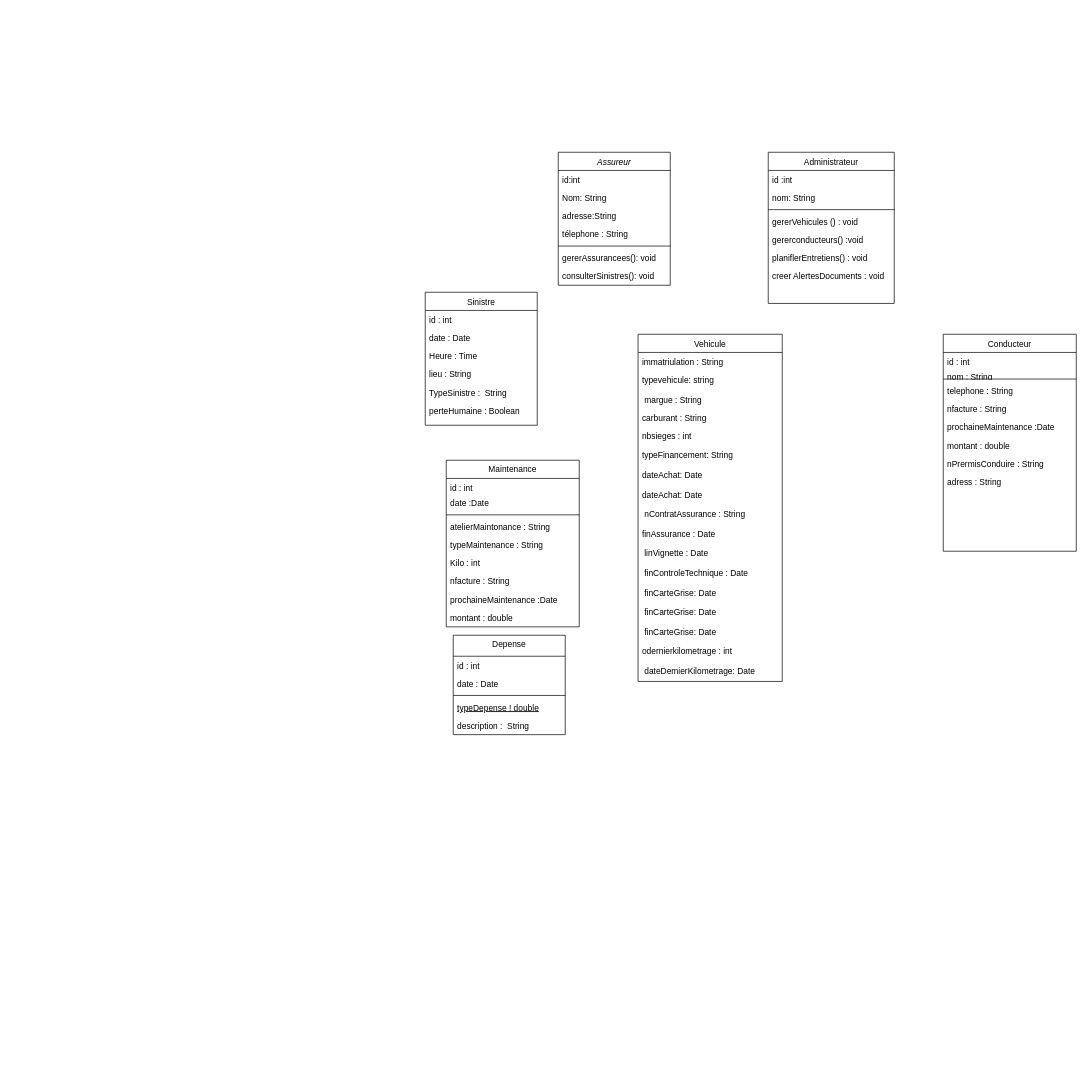
Earlier version of the draw.io diagram Diagramme de classe.drawio (Othniel-blaise/Diagrammes_Annoce). Source tidied: cells renumbered, new cells numbered last; positions are measured from the earlier drawing's top-left corner, leaving out a move shared by most shapes. Both pictures are drawn from the tidied source at 70%, with x=0, y=0 at pixel (425, 152).
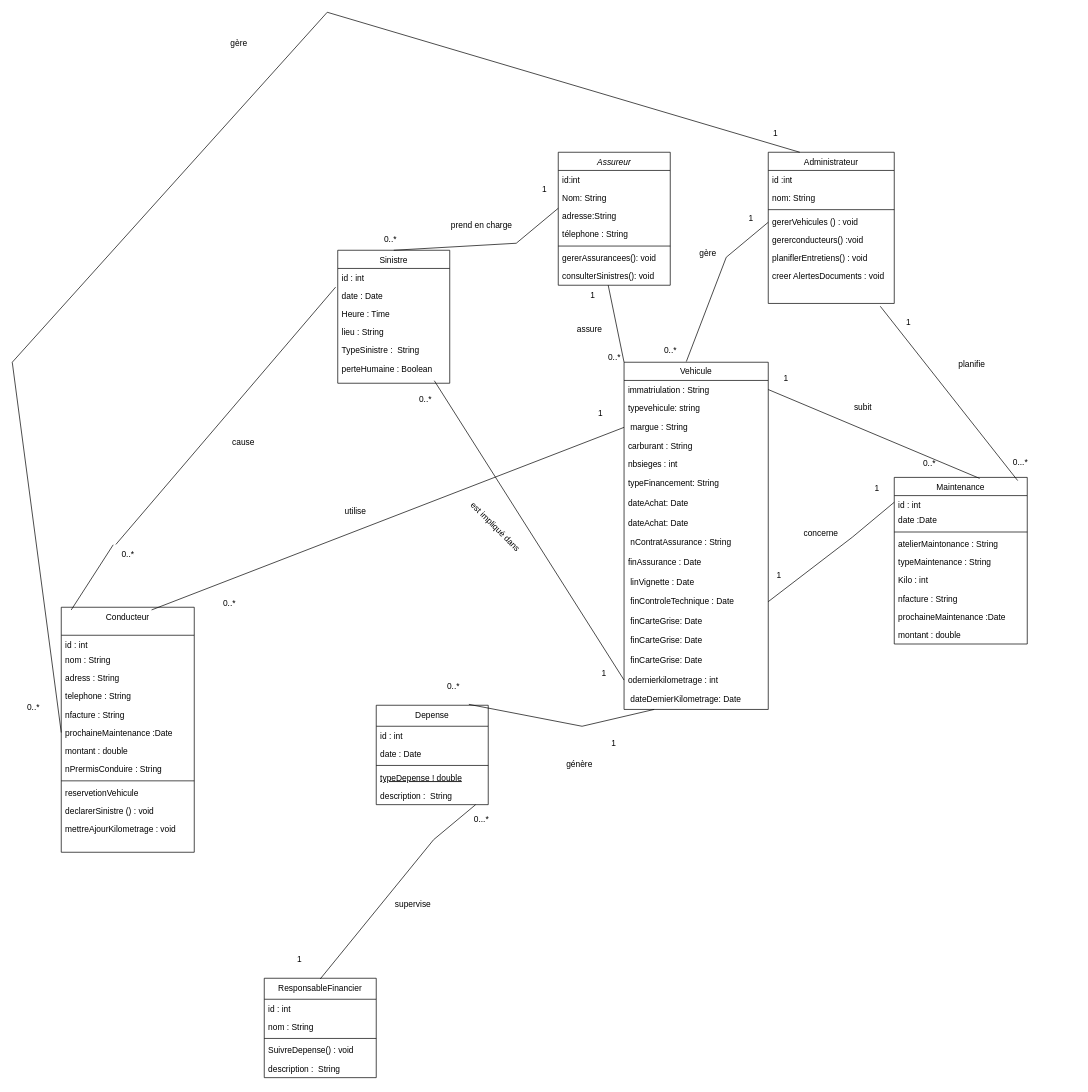
After the change.

Commit message (it also covers changes not shown here):
Mettre à jour Diagramme de classe.drawio

The change refers to these unchanged cells:
```xml
<mxCell id="9" value="consulterSinistres(): void" style="text;align=left;verticalAlign=top;spacingLeft=4;spacingRight=4;overflow=hidden;points=[[0,0.5],[1,0.5]];portConstraint=eastwest;" parent="2" vertex="1">
  <mxGeometry y="164" width="160" height="26" as="geometry" />
</mxCell>
<mxCell id="12" value="date : Date" style="text;align=left;verticalAlign=top;spacingLeft=4;spacingRight=4;overflow=hidden;points=[[0,0.5],[1,0.5]];portConstraint=eastwest;rounded=0;shadow=0;html=0;" parent="10" vertex="1">
  <mxGeometry y="52" width="160" height="26" as="geometry" />
</mxCell>
<mxCell id="16" value="perteHumaine : Boolean" style="text;align=left;verticalAlign=top;spacingLeft=4;spacingRight=4;overflow=hidden;points=[[0,0.5],[1,0.5]];portConstraint=eastwest;" parent="10" vertex="1">
  <mxGeometry y="156" width="160" height="26" as="geometry" />
</mxCell>
<mxCell id="17" value="Administrateur" style="swimlane;fontStyle=0;align=center;verticalAlign=top;horizontal=1;startSize=26;rounded=0;shadow=0;strokeWidth=1;" parent="1" vertex="1">
  <mxGeometry x="490" width="180" height="216" as="geometry" />
</mxCell>
<mxCell id="26" value="immatriulation : String" style="text;align=left;verticalAlign=top;spacingLeft=4;spacingRight=4;overflow=hidden;points=[[0,0.5],[1,0.5]];portConstraint=eastwest;" parent="25" vertex="1">
  <mxGeometry y="26" width="206" height="26" as="geometry" />
</mxCell>
<mxCell id="28" value=" margue : String&#10;" style="text;align=left;verticalAlign=top;spacingLeft=4;spacingRight=4;overflow=hidden;points=[[0,0.5],[1,0.5]];portConstraint=eastwest;" parent="25" vertex="1">
  <mxGeometry y="80" width="206" height="26" as="geometry" />
</mxCell>
<mxCell id="37" value=" finControleTechnique : Date&#10;" style="text;align=left;verticalAlign=top;spacingLeft=4;spacingRight=4;overflow=hidden;points=[[0,0.5],[1,0.5]];portConstraint=eastwest;" parent="25" vertex="1">
  <mxGeometry y="328" width="206" height="28" as="geometry" />
</mxCell>
<mxCell id="41" value="odernierkilometrage : int&#10;" style="text;align=left;verticalAlign=top;spacingLeft=4;spacingRight=4;overflow=hidden;points=[[0,0.5],[1,0.5]];portConstraint=eastwest;" parent="25" vertex="1">
  <mxGeometry y="440" width="206" height="28" as="geometry" />
</mxCell>
<mxCell id="42" value=" dateDemierKilometrage: Date&#10;" style="text;align=left;verticalAlign=top;spacingLeft=4;spacingRight=4;overflow=hidden;points=[[0,0.5],[1,0.5]];portConstraint=eastwest;" parent="25" vertex="1">
  <mxGeometry y="468" width="206" height="28" as="geometry" />
</mxCell>
```

The edit, as a diff of the source:
```diff
@@
     <mxCell id="10" value="Sinistre" style="swimlane;fontStyle=0;align=center;verticalAlign=top;horizontal=1;startSize=26;rounded=0;shadow=0;strokeWidth=1;" parent="1" vertex="1">
-      <mxGeometry y="200" width="160" height="190" as="geometry" />
+      <mxGeometry x="-125" y="140" width="160" height="190" as="geometry" />
     </mxCell>
@@
     <mxCell id="25" value="Vehicule" style="swimlane;fontStyle=0;align=center;verticalAlign=top;horizontal=1;startSize=26;rounded=0;shadow=0;strokeWidth=1;" parent="1" vertex="1">
-      <mxGeometry x="304" y="260" width="206" height="496" as="geometry" />
+      <mxGeometry x="284" y="300" width="206" height="496" as="geometry" />
     </mxCell>
@@
     <mxCell id="43" value="Maintenance" style="swimlane;fontStyle=0;align=center;verticalAlign=top;horizontal=1;startSize=26;rounded=0;shadow=0;strokeWidth=1;" parent="1" vertex="1">
-      <mxGeometry x="30" y="440" width="190" height="238" as="geometry" />
+      <mxGeometry x="670" y="464.5" width="190" height="238" as="geometry" />
     </mxCell>
@@
     <mxCell id="53" value="Depense" style="swimlane;fontStyle=0;align=center;verticalAlign=top;horizontal=1;startSize=30;rounded=0;shadow=0;strokeWidth=1;" parent="1" vertex="1">
-      <mxGeometry x="40" y="690" width="160" height="142" as="geometry" />
+      <mxGeometry x="-70" y="790" width="160" height="142" as="geometry" />
     </mxCell>
@@
-    <mxCell id="59" value="Conducteur" style="swimlane;fontStyle=0;align=center;verticalAlign=top;horizontal=1;startSize=26;rounded=0;shadow=0;strokeWidth=1;" parent="1" vertex="1">
-      <mxGeometry x="740" y="260" width="190" height="310" as="geometry" />
+    <mxCell id="59" value="Conducteur" style="swimlane;fontStyle=0;align=center;verticalAlign=top;horizontal=1;startSize=40;rounded=0;shadow=0;strokeWidth=1;" parent="1" vertex="1">
+      <mxGeometry x="-520" y="650" width="190" height="350" as="geometry" />
     </mxCell>
     <mxCell id="60" value="id : int" style="text;align=left;verticalAlign=top;spacingLeft=4;spacingRight=4;overflow=hidden;" parent="59" vertex="1">
-      <mxGeometry y="26" width="190" height="22" as="geometry" />
+      <mxGeometry y="40" width="190" height="22" as="geometry" />
     </mxCell>
     <mxCell id="61" value="nom : String" style="text;align=left;verticalAlign=top;spacingLeft=4;spacingRight=4;overflow=hidden;rounded=0;shadow=0;html=0;" parent="59" vertex="1">
-      <mxGeometry y="48" width="190" height="12" as="geometry" />
+      <mxGeometry y="62" width="190" height="26" as="geometry" />
     </mxCell>
-    <mxCell id="62" style="line;html=1;strokeWidth=1;align=left;verticalAlign=middle;spacingTop=-1;spacingLeft=3;spacingRight=3;labelPosition=right;" parent="59" vertex="1">
-      <mxGeometry y="60" width="190" height="8" as="geometry" />
-    </mxCell>
+    <mxCell id="68" value="adress : String" style="text;align=left;verticalAlign=top;spacingLeft=4;spacingRight=4;overflow=hidden;fontStyle=0;" parent="59" vertex="1">
+      <mxGeometry y="88" width="190" height="26" as="geometry" />
+    </mxCell>
     <mxCell id="63" value="telephone : String" style="text;align=left;verticalAlign=top;spacingLeft=4;spacingRight=4;overflow=hidden;" parent="59" vertex="1">
-      <mxGeometry y="68" width="190" height="26" as="geometry" />
+      <mxGeometry y="114" width="190" height="26" as="geometry" />
     </mxCell>
     <mxCell id="64" value="nfacture : String" style="text;align=left;verticalAlign=top;spacingLeft=4;spacingRight=4;overflow=hidden;" parent="59" vertex="1">
-      <mxGeometry y="94" width="190" height="26" as="geometry" />
+      <mxGeometry y="140" width="190" height="26" as="geometry" />
     </mxCell>
     <mxCell id="65" value="prochaineMaintenance :Date" style="text;align=left;verticalAlign=top;spacingLeft=4;spacingRight=4;overflow=hidden;points=[[0,0.5],[1,0.5]];portConstraint=eastwest;" parent="59" vertex="1">
-      <mxGeometry y="120" width="190" height="26" as="geometry" />
+      <mxGeometry y="166" width="190" height="26" as="geometry" />
     </mxCell>
     <mxCell id="66" value="montant : double" style="text;align=left;verticalAlign=top;spacingLeft=4;spacingRight=4;overflow=hidden;" parent="59" vertex="1">
-      <mxGeometry y="146" width="190" height="26" as="geometry" />
+      <mxGeometry y="192" width="190" height="26" as="geometry" />
     </mxCell>
     <mxCell id="67" value="nPrermisConduire : String" style="text;align=left;verticalAlign=top;spacingLeft=4;spacingRight=4;overflow=hidden;fontStyle=0;" parent="59" vertex="1">
-      <mxGeometry y="172" width="190" height="26" as="geometry" />
+      <mxGeometry y="218" width="190" height="26" as="geometry" />
     </mxCell>
-    <mxCell id="68" value="adress : String" style="text;align=left;verticalAlign=top;spacingLeft=4;spacingRight=4;overflow=hidden;fontStyle=0;" parent="59" vertex="1">
-      <mxGeometry y="198" width="190" height="26" as="geometry" />
-    </mxCell>
+    <mxCell id="69" style="line;html=1;strokeWidth=1;align=left;verticalAlign=middle;spacingTop=-1;spacingLeft=3;spacingRight=3;labelPosition=right;" parent="59" vertex="1">
+      <mxGeometry y="244" width="190" height="8" as="geometry" />
+    </mxCell>
+    <mxCell id="70" value="reservetionVehicule" style="text;align=left;verticalAlign=top;spacingLeft=4;spacingRight=4;overflow=hidden;fontStyle=0;" parent="59" vertex="1">
+      <mxGeometry y="252" width="190" height="26" as="geometry" />
+    </mxCell>
+    <mxCell id="71" value="declarerSinistre () : void " style="text;align=left;verticalAlign=top;spacingLeft=4;spacingRight=4;overflow=hidden;fontStyle=0;" parent="59" vertex="1">
+      <mxGeometry y="278" width="190" height="26" as="geometry" />
+    </mxCell>
+    <mxCell id="72" value="mettreAjourKilometrage : void" style="text;align=left;verticalAlign=top;spacingLeft=4;spacingRight=4;overflow=hidden;fontStyle=0;" parent="59" vertex="1">
+      <mxGeometry y="304" width="190" height="26" as="geometry" />
+    </mxCell>
+    <mxCell id="73" value="ResponsableFinancier" style="swimlane;fontStyle=0;align=center;verticalAlign=top;horizontal=1;startSize=30;rounded=0;shadow=0;strokeWidth=1;" parent="1" vertex="1">
+      <mxGeometry x="-230" y="1180" width="160" height="142" as="geometry" />
+    </mxCell>
+    <mxCell id="74" value="id : int " style="text;align=left;verticalAlign=top;spacingLeft=4;spacingRight=4;overflow=hidden;" parent="73" vertex="1">
+      <mxGeometry y="30" width="160" height="26" as="geometry" />
+    </mxCell>
+    <mxCell id="75" value="nom : String" style="text;align=left;verticalAlign=top;spacingLeft=4;spacingRight=4;overflow=hidden;rounded=0;shadow=0;html=0;" parent="73" vertex="1">
+      <mxGeometry y="56" width="160" height="26" as="geometry" />
+    </mxCell>
+    <mxCell id="76" style="line;html=1;strokeWidth=1;align=left;verticalAlign=middle;spacingTop=-1;spacingLeft=3;spacingRight=3;labelPosition=right;" parent="73" vertex="1">
+      <mxGeometry y="82" width="160" height="8" as="geometry" />
+    </mxCell>
+    <mxCell id="77" value="SuivreDepense() : void" style="text;align=left;verticalAlign=top;spacingLeft=4;spacingRight=4;overflow=hidden;fontStyle=0;" parent="73" vertex="1">
+      <mxGeometry y="90" width="160" height="26" as="geometry" />
+    </mxCell>
+    <mxCell id="78" value="description :  String" style="text;align=left;verticalAlign=top;spacingLeft=4;spacingRight=4;overflow=hidden;" parent="73" vertex="1">
+      <mxGeometry y="116" width="160" height="26" as="geometry" />
+    </mxCell>
+    <mxCell id="79" style="endArrow=none;html=1;rounded=0;exitX=0.5;exitY=0;exitDx=0;exitDy=0;" parent="1" edge="1" source="10">
+      <mxGeometry relative="1" as="geometry">
+        <mxPoint x="190" y="80" as="targetPoint" />
+        <Array as="points">
+          <mxPoint x="130" y="130" />
+        </Array>
+      </mxGeometry>
+    </mxCell>
+    <mxCell id="80" style="endArrow=none;html=1;rounded=0;exitX=0.827;exitY=-0.009;exitDx=0;exitDy=0;exitPerimeter=0;" parent="1" edge="1" source="53" target="42">
+      <mxGeometry relative="1" as="geometry">
+        <Array as="points">
+          <mxPoint x="224" y="820" />
+        </Array>
+      </mxGeometry>
+    </mxCell>
+    <mxCell id="81" style="endArrow=none;html=1;rounded=0;exitX=1;exitY=0.5;exitDx=0;exitDy=0;" parent="1" edge="1" source="37">
+      <mxGeometry relative="1" as="geometry">
+        <mxPoint x="670" y="500" as="targetPoint" />
+        <Array as="points">
+          <mxPoint x="610" y="550" />
+        </Array>
+      </mxGeometry>
+    </mxCell>
+    <mxCell id="82" style="endArrow=none;html=1;rounded=0;exitX=0.642;exitY=0.006;exitDx=0;exitDy=0;exitPerimeter=0;entryX=1;entryY=0.5;entryDx=0;entryDy=0;" parent="1" edge="1" source="43" target="26">
+      <mxGeometry relative="1" as="geometry" />
+    </mxCell>
+    <mxCell id="83" style="endArrow=none;html=1;rounded=0;exitX=0.432;exitY=-0.002;exitDx=0;exitDy=0;exitPerimeter=0;" parent="1" edge="1" source="25">
+      <mxGeometry relative="1" as="geometry">
+        <mxPoint x="490" y="100" as="targetPoint" />
+        <Array as="points">
+          <mxPoint x="430" y="150" />
+        </Array>
+      </mxGeometry>
+    </mxCell>
+    <mxCell id="84" value="1" style="text;html=1;align=center;verticalAlign=middle;strokeColor=none;fillColor=none;" parent="1" vertex="1">
+      <mxGeometry x="500" y="308" width="30" height="30" as="geometry" />
+    </mxCell>
+    <mxCell id="85" value="0..*" style="text;html=1;align=center;verticalAlign=middle;strokeColor=none;fillColor=none;" parent="1" vertex="1">
+      <mxGeometry x="700" y="430" width="40" height="30" as="geometry" />
+    </mxCell>
+    <mxCell id="86" value="subit" style="text;html=1;align=center;verticalAlign=middle;strokeColor=none;fillColor=none;" parent="1" vertex="1">
+      <mxGeometry x="600" y="350" width="50" height="30" as="geometry" />
+    </mxCell>
+    <mxCell id="87" value="1" style="text;html=1;align=center;verticalAlign=middle;strokeColor=none;fillColor=none;" parent="1" vertex="1">
+      <mxGeometry x="490" y="590" width="30" height="30" as="geometry" />
+    </mxCell>
+    <mxCell id="88" value="1" style="text;html=1;align=center;verticalAlign=middle;strokeColor=none;fillColor=none;" parent="1" vertex="1">
+      <mxGeometry x="630" y="465" width="30" height="30" as="geometry" />
+    </mxCell>
+    <mxCell id="89" value="concerne" style="text;html=1;align=center;verticalAlign=middle;strokeColor=none;fillColor=none;" parent="1" vertex="1">
+      <mxGeometry x="530" y="530" width="70" height="30" as="geometry" />
+    </mxCell>
+    <mxCell id="90" value="0..*" style="text;html=1;align=center;verticalAlign=middle;strokeColor=none;fillColor=none;" parent="1" vertex="1">
+      <mxGeometry x="20" y="748" width="40" height="30" as="geometry" />
+    </mxCell>
+    <mxCell id="91" value="1" style="text;html=1;align=center;verticalAlign=middle;strokeColor=none;fillColor=none;" parent="1" vertex="1">
+      <mxGeometry x="254" y="830" width="30" height="30" as="geometry" />
+    </mxCell>
+    <mxCell id="92" value="génère" style="text;html=1;align=center;verticalAlign=middle;strokeColor=none;fillColor=none;" parent="1" vertex="1">
+      <mxGeometry x="190" y="860" width="60" height="30" as="geometry" />
+    </mxCell>
+    <mxCell id="93" style="endArrow=none;html=1;rounded=0;exitX=0.827;exitY=-0.009;exitDx=0;exitDy=0;exitPerimeter=0;" parent="1" edge="1">
+      <mxGeometry relative="1" as="geometry">
+        <mxPoint x="-150" y="1181" as="sourcePoint" />
+        <mxPoint x="72" y="932" as="targetPoint" />
+        <Array as="points">
+          <mxPoint x="12" y="982" />
+        </Array>
+      </mxGeometry>
+    </mxCell>
+    <mxCell id="94" style="endArrow=none;html=1;rounded=0;exitX=0.679;exitY=0.011;exitDx=0;exitDy=0;exitPerimeter=0;entryX=0;entryY=0.5;entryDx=0;entryDy=0;" parent="1" edge="1" source="59" target="28">
+      <mxGeometry relative="1" as="geometry" />
+    </mxCell>
+    <mxCell id="95" value="0..*" style="text;html=1;align=center;verticalAlign=middle;strokeColor=none;fillColor=none;" parent="1" vertex="1">
+      <mxGeometry x="-300" y="630" width="40" height="30" as="geometry" />
+    </mxCell>
+    <mxCell id="96" value="1" style="text;html=1;align=center;verticalAlign=middle;strokeColor=none;fillColor=none;" parent="1" vertex="1">
+      <mxGeometry x="235" y="358" width="30" height="30" as="geometry" />
+    </mxCell>
+    <mxCell id="97" value="utilise" style="text;html=1;align=center;verticalAlign=middle;strokeColor=none;fillColor=none;" parent="1" vertex="1">
+      <mxGeometry x="-125" y="498" width="50" height="30" as="geometry" />
+    </mxCell>
+    <mxCell id="98" style="endArrow=none;html=1;rounded=0;entryX=-0.019;entryY=0.026;entryDx=0;entryDy=0;entryPerimeter=0;exitX=0.075;exitY=0.011;exitDx=0;exitDy=0;exitPerimeter=0;" parent="1" edge="1" source="103" target="12">
+      <mxGeometry relative="1" as="geometry" />
+    </mxCell>
+    <mxCell id="99" value="cause" style="text;html=1;align=center;verticalAlign=middle;strokeColor=none;fillColor=none;" parent="1" vertex="1">
+      <mxGeometry x="-290" y="400" width="60" height="30" as="geometry" />
+    </mxCell>
+    <mxCell id="100" value="1" style="text;html=1;align=center;verticalAlign=middle;strokeColor=none;fillColor=none;" parent="1" vertex="1">
+      <mxGeometry x="240" y="730" width="30" height="30" as="geometry" />
+    </mxCell>
+    <mxCell id="101" style="endArrow=none;html=1;rounded=0;exitX=0.25;exitY=0;exitDx=0;exitDy=0;entryX=0;entryY=0.5;entryDx=0;entryDy=0;" parent="1" edge="1" source="17" target="65">
+      <mxGeometry relative="1" as="geometry">
+        <Array as="points">
+          <mxPoint x="-140" y="-200" />
+          <mxPoint x="-590" y="300" />
+        </Array>
+      </mxGeometry>
+    </mxCell>
+    <mxCell id="102" style="endArrow=none;html=1;rounded=0;entryX=-0.019;entryY=0.026;entryDx=0;entryDy=0;entryPerimeter=0;exitX=0.075;exitY=0.011;exitDx=0;exitDy=0;exitPerimeter=0;" parent="1" edge="1" source="59" target="103">
+      <mxGeometry relative="1" as="geometry" />
+    </mxCell>
+    <mxCell id="103" value="0..*" style="text;html=1;align=center;verticalAlign=middle;points=[];strokeColor=none;fillColor=none;" parent="1" vertex="1">
+      <mxGeometry x="-445" y="560" width="40" height="30" as="geometry" />
+    </mxCell>
+    <mxCell id="104" style="endArrow=none;html=1;rounded=0;exitX=0.928;exitY=0.019;exitDx=0;exitDy=0;exitPerimeter=0;" parent="1" edge="1" source="43">
+      <mxGeometry relative="1" as="geometry">
+        <mxPoint x="650" y="220" as="targetPoint" />
+      </mxGeometry>
+    </mxCell>
+    <mxCell id="105" style="endArrow=none;html=1;rounded=0;exitX=0;exitY=0.5;exitDx=0;exitDy=0;entryX=0.862;entryY=1.167;entryDx=0;entryDy=0;entryPerimeter=0;" parent="1" edge="1" source="41" target="16">
+      <mxGeometry relative="1" as="geometry" />
+    </mxCell>
+    <mxCell id="106" value="est impliqué dans" style="text;html=1;align=center;verticalAlign=middle;strokeColor=none;fillColor=none;rotation=45;" parent="1" vertex="1">
+      <mxGeometry x="40" y="520" width="120" height="30" as="geometry" />
+    </mxCell>
+    <mxCell id="107" value="gère" style="text;whiteSpace=wrap;html=1;" parent="1" vertex="1">
+      <mxGeometry x="390" y="130" width="60" height="40" as="geometry" />
+    </mxCell>
+    <mxCell id="108" value="0..*" style="text;html=1;align=center;verticalAlign=middle;strokeColor=none;fillColor=none;" parent="1" vertex="1">
+      <mxGeometry x="330" y="268" width="40" height="30" as="geometry" />
+    </mxCell>
+    <mxCell id="109" value="1" style="text;html=1;align=center;verticalAlign=middle;strokeColor=none;fillColor=none;" parent="1" vertex="1">
+      <mxGeometry x="450" y="80" width="30" height="30" as="geometry" />
+    </mxCell>
+    <mxCell id="110" value="0..*" style="text;html=1;align=center;verticalAlign=middle;strokeColor=none;fillColor=none;" parent="1" vertex="1">
+      <mxGeometry x="-20" y="338" width="40" height="30" as="geometry" />
+    </mxCell>
+    <mxCell id="111" value="gère" style="text;whiteSpace=wrap;html=1;" parent="1" vertex="1">
+      <mxGeometry x="-280" y="-170" width="60" height="40" as="geometry" />
+    </mxCell>
+    <mxCell id="112" value="0..*" style="text;html=1;align=center;verticalAlign=middle;strokeColor=none;fillColor=none;" parent="1" vertex="1">
+      <mxGeometry x="-580" y="778" width="40" height="30" as="geometry" />
+    </mxCell>
+    <mxCell id="113" value="1" style="text;html=1;align=center;verticalAlign=middle;strokeColor=none;fillColor=none;" parent="1" vertex="1">
+      <mxGeometry x="485" y="-42" width="30" height="30" as="geometry" />
+    </mxCell>
+    <mxCell id="114" value="1" style="text;html=1;align=center;verticalAlign=middle;strokeColor=none;fillColor=none;" parent="1" vertex="1">
+      <mxGeometry x="675" y="228" width="30" height="30" as="geometry" />
+    </mxCell>
+    <mxCell id="115" value="0...*" style="text;html=1;align=center;verticalAlign=middle;strokeColor=none;fillColor=none;" parent="1" vertex="1">
+      <mxGeometry x="830" y="428" width="40" height="30" as="geometry" />
+    </mxCell>
+    <mxCell id="116" value="planifie" style="text;whiteSpace=wrap;html=1;" parent="1" vertex="1">
+      <mxGeometry x="760" y="290" width="70" height="40" as="geometry" />
+    </mxCell>
+    <mxCell id="117" style="endArrow=none;html=1;rounded=0;exitX=0.446;exitY=0.997;exitDx=0;exitDy=0;exitPerimeter=0;entryX=0;entryY=0;entryDx=0;entryDy=0;" parent="1" edge="1" source="9" target="25">
+      <mxGeometry relative="1" as="geometry" />
+    </mxCell>
+    <mxCell id="118" value="assure" style="text;whiteSpace=wrap;html=1;" parent="1" vertex="1">
+      <mxGeometry x="215" y="240" width="70" height="40" as="geometry" />
+    </mxCell>
+    <mxCell id="119" value="0..*" style="text;html=1;align=center;verticalAlign=middle;strokeColor=none;fillColor=none;" parent="1" vertex="1">
+      <mxGeometry x="250" y="278" width="40" height="30" as="geometry" />
+    </mxCell>
+    <mxCell id="120" value="1" style="text;html=1;align=center;verticalAlign=middle;strokeColor=none;fillColor=none;" parent="1" vertex="1">
+      <mxGeometry x="224" y="190" width="30" height="30" as="geometry" />
+    </mxCell>
+    <mxCell id="121" value="prend en charge" style="text;whiteSpace=wrap;html=1;" parent="1" vertex="1">
+      <mxGeometry x="35" y="90" width="90" height="30" as="geometry" />
+    </mxCell>
+    <mxCell id="122" value="1" style="text;html=1;align=center;verticalAlign=middle;strokeColor=none;fillColor=none;" parent="1" vertex="1">
+      <mxGeometry x="155" y="38" width="30" height="30" as="geometry" />
+    </mxCell>
+    <mxCell id="123" value="0..*" style="text;html=1;align=center;verticalAlign=middle;strokeColor=none;fillColor=none;" parent="1" vertex="1">
+      <mxGeometry x="-70" y="110" width="40" height="30" as="geometry" />
+    </mxCell>
+    <mxCell id="124" value="supervise" style="text;whiteSpace=wrap;html=1;" parent="1" vertex="1">
+      <mxGeometry x="-45" y="1060" width="80" height="40" as="geometry" />
+    </mxCell>
+    <mxCell id="125" value="0...*" style="text;html=1;align=center;verticalAlign=middle;strokeColor=none;fillColor=none;" parent="1" vertex="1">
+      <mxGeometry x="60" y="938" width="40" height="30" as="geometry" />
+    </mxCell>
+    <mxCell id="126" value="1" style="text;html=1;align=center;verticalAlign=middle;strokeColor=none;fillColor=none;" parent="1" vertex="1">
+      <mxGeometry x="-195" y="1138" width="30" height="30" as="geometry" />
+    </mxCell>
```
